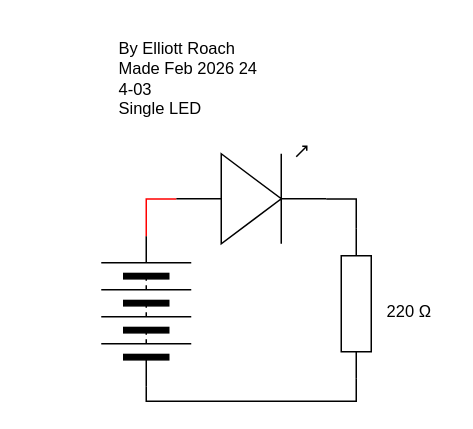
Before: 4-03/schematicDiagram.drawio in elliottroach/TEJ3M-unit-4, a draw.io diagram. Source tidied: cells renumbered, new cells numbered last; positions are measured from the earlier drawing's top-left corner, leaving out a move shared by most shapes. Both pictures are drawn from the tidied source at 150%, with x=0, y=0 at pixel (70, 26).
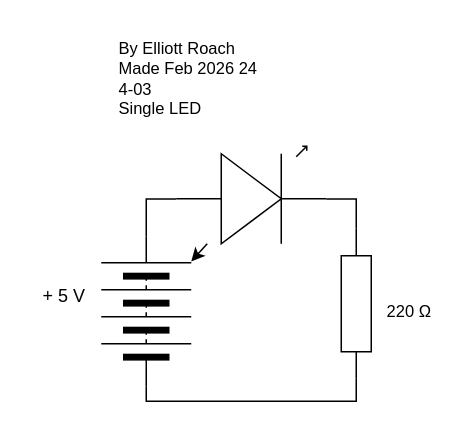
The same page after the edit.

Diff of the diagram source:
```diff
@@
 <mxGraphModel>
   <root>
     <mxCell id="0" />
     <mxCell id="1" parent="0" />
     <mxCell id="2" style="verticalLabelPosition=bottom;shadow=0;dashed=0;align=center;html=1;verticalAlign=top;shape=mxgraph.electrical.resistors.resistor_1;rotation=-90;" parent="1" vertex="1">
       <mxGeometry x="140" y="175" width="100" height="20" as="geometry" />
     </mxCell>
+    <mxCell id="10" style="edgeStyle=none;html=1;" parent="1" edge="1" source="3" target="9">
+      <mxGeometry relative="1" as="geometry" />
+    </mxCell>
     <mxCell id="3" style="verticalLabelPosition=bottom;shadow=0;dashed=0;align=center;html=1;verticalAlign=top;shape=mxgraph.electrical.opto_electronics.led_1;rotation=0;" parent="1" vertex="1">
       <mxGeometry x="70" y="80" width="100" height="65" as="geometry" />
     </mxCell>
-    <mxCell id="4" style="edgeStyle=orthogonalEdgeStyle;html=1;exitX=1;exitY=0.5;exitDx=0;exitDy=0;entryX=0;entryY=0.54;entryDx=0;entryDy=0;entryPerimeter=0;endArrow=none;endFill=0;rounded=0;curved=0;strokeColor=#FF0000;" parent="1" edge="1" source="9" target="3">
+    <mxCell id="4" style="edgeStyle=orthogonalEdgeStyle;html=1;exitX=1;exitY=0.5;exitDx=0;exitDy=0;entryX=0;entryY=0.54;entryDx=0;entryDy=0;entryPerimeter=0;endArrow=none;endFill=0;rounded=0;curved=0;strokeColor=#000000;" parent="1" edge="1" source="9" target="3">
       <mxGeometry relative="1" as="geometry" />
     </mxCell>
     <mxCell id="5" style="edgeStyle=orthogonalEdgeStyle;shape=connector;curved=0;rounded=0;html=1;exitX=1;exitY=0.54;exitDx=0;exitDy=0;exitPerimeter=0;entryX=1;entryY=0.5;entryDx=0;entryDy=0;entryPerimeter=0;strokeColor=#000000;align=center;verticalAlign=middle;fontFamily=Helvetica;fontSize=11;fontColor=default;labelBackgroundColor=default;endArrow=none;endFill=0;" parent="1" edge="1" source="3" target="2">
       <mxGeometry relative="1" as="geometry" />
     </mxCell>
     <mxCell id="6" style="edgeStyle=orthogonalEdgeStyle;shape=connector;curved=0;rounded=0;html=1;exitX=0;exitY=0.5;exitDx=0;exitDy=0;exitPerimeter=0;entryX=0;entryY=0.5;entryDx=0;entryDy=0;strokeColor=#000000;align=center;verticalAlign=middle;fontFamily=Helvetica;fontSize=11;fontColor=default;labelBackgroundColor=default;endArrow=none;endFill=0;" parent="1" edge="1" source="2" target="9">
       <mxGeometry relative="1" as="geometry" />
     </mxCell>
     <mxCell id="7" value="220&amp;nbsp;Ω" style="text;html=1;align=center;verticalAlign=middle;strokeColor=none;fillColor=none;fontFamily=Helvetica;fontSize=11;fontColor=default;labelBackgroundColor=default;" parent="1" vertex="1">
       <mxGeometry x="200" y="175" width="50" height="30" as="geometry" />
     </mxCell>
     <mxCell id="8" value="By Elliott Roach&lt;div&gt;Made Feb 2026 24&lt;/div&gt;&lt;div&gt;4-03&lt;/div&gt;&lt;div&gt;Single LED&lt;/div&gt;" style="text;html=1;align=left;verticalAlign=middle;strokeColor=none;fillColor=none;fontFamily=Helvetica;fontSize=11;fontColor=default;labelBackgroundColor=default;" parent="1" vertex="1">
       <mxGeometry x="30" width="110" height="70" as="geometry" />
     </mxCell>
     <mxCell id="9" style="verticalLabelPosition=bottom;shadow=0;dashed=0;align=center;html=1;verticalAlign=top;shape=mxgraph.electrical.miscellaneous.batteryStack;fontFamily=Helvetica;fontSize=11;fontColor=default;labelBackgroundColor=default;rotation=-90;" parent="1" vertex="1">
       <mxGeometry y="160" width="100" height="60" as="geometry" />
     </mxCell>
+    <mxCell id="11" value="+ 5 V" style="text;html=1;align=center;verticalAlign=middle;strokeColor=none;fillColor=none;" parent="1" vertex="1">
+      <mxGeometry x="-30" y="165" width="50" height="30" as="geometry" />
+    </mxCell>
   </root>
 </mxGraphModel>
```
